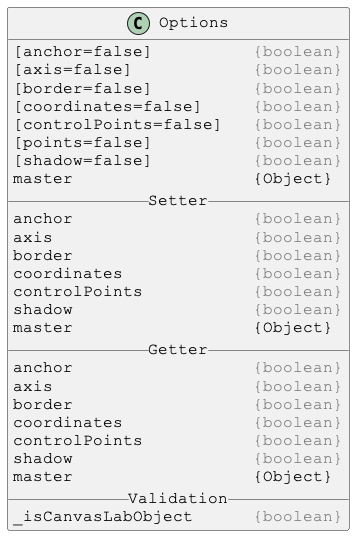
Above: docs/PlantUml/image/Options.png in Justin-Byrne/canvasLab (PlantUML), before the change. Its diagram source:
```plantuml
@startuml

skinparam DefaultFontSize 16
skinparam DefaultFontName Courier New

class Options {
[anchor=false]          <color:gray>{boolean}</color>
[axis=false]            <color:gray>{boolean}</color>
[border=false]          <color:gray>{boolean}</color>
[coordinates=false]     <color:gray>{boolean}</color>
[controlPoints=false]   <color:gray>{boolean}</color>
[points=false]          <color:gray>{boolean}</color>
[shadow=false]          <color:gray>{boolean}</color>
master                  {Object}
__ Setter __
anchor                  <color:gray>{boolean}</color>
axis                    <color:gray>{boolean}</color>
border                  <color:gray>{boolean}</color>
coordinates             <color:gray>{boolean}</color>
controlPoints           <color:gray>{boolean}</color>
shadow                  <color:gray>{boolean}</color>
master                  {Object}
__ Getter __
anchor                  <color:gray>{boolean}</color>
axis                    <color:gray>{boolean}</color>
border                  <color:gray>{boolean}</color>
coordinates             <color:gray>{boolean}</color>
controlPoints           <color:gray>{boolean}</color>
shadow                  <color:gray>{boolean}</color>
master                  {Object}
__ Validation __
_isCanvasLabObject      <color:gray>{boolean}</color>
}

@enduml
```
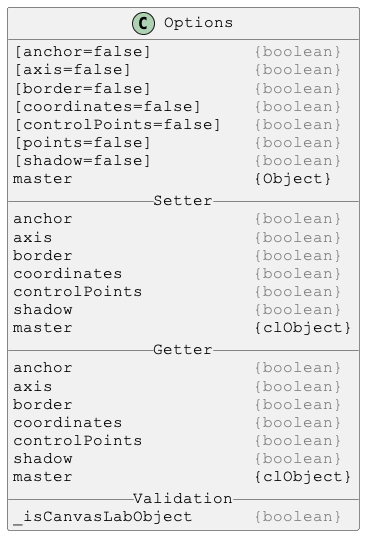
Later version of the same file.

Change to the diagram source:
```diff
@@ -19,7 +19,7 @@
 coordinates             <color:gray>{boolean}</color>
 controlPoints           <color:gray>{boolean}</color>
 shadow                  <color:gray>{boolean}</color>
-master                  {Object}
+master                  {clObject}
 __ Getter __
 anchor                  <color:gray>{boolean}</color>
 axis                    <color:gray>{boolean}</color>
@@ -27,7 +27,7 @@
 coordinates             <color:gray>{boolean}</color>
 controlPoints           <color:gray>{boolean}</color>
 shadow                  <color:gray>{boolean}</color>
-master                  {Object}
+master                  {clObject}
 __ Validation __
 _isCanvasLabObject      <color:gray>{boolean}</color>
 }
```
